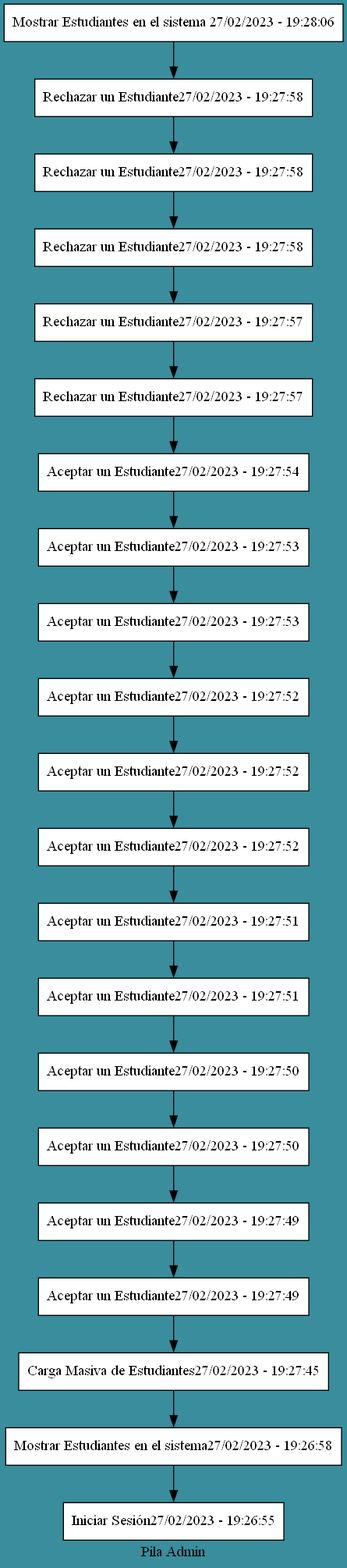
The Graphviz diagram EDD_Proyecto1_Fase1/admin.png in RamiroTelles/EDD_1S2023_PY_202010044, before a commit. Its source is kept beside it as EDD_Proyecto1_Fase1/admin.dot.
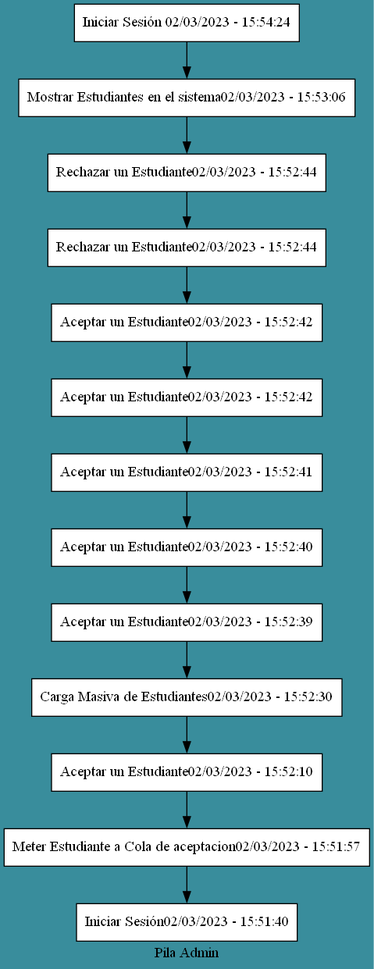
After the change.

Change to the diagram source:
```diff
@@ -2,27 +2,19 @@
  node[shape=box fillcolor="#FFFFFF" style=filled]
  label ="Pila Admin"
  bgcolor= "#398D9C"
-B0[label="Mostrar Estudiantes en el sistema 27/02/2023 - 19:28:06", group=1];
-B1[label="Rechazar un Estudiante27/02/2023 - 19:27:58", group=1];
-B2[label="Rechazar un Estudiante27/02/2023 - 19:27:58", group=1];
-B3[label="Rechazar un Estudiante27/02/2023 - 19:27:58", group=1];
-B4[label="Rechazar un Estudiante27/02/2023 - 19:27:57", group=1];
-B5[label="Rechazar un Estudiante27/02/2023 - 19:27:57", group=1];
-B6[label="Aceptar un Estudiante27/02/2023 - 19:27:54", group=1];
-B7[label="Aceptar un Estudiante27/02/2023 - 19:27:53", group=1];
-B8[label="Aceptar un Estudiante27/02/2023 - 19:27:53", group=1];
-B9[label="Aceptar un Estudiante27/02/2023 - 19:27:52", group=1];
-B10[label="Aceptar un Estudiante27/02/2023 - 19:27:52", group=1];
-B11[label="Aceptar un Estudiante27/02/2023 - 19:27:52", group=1];
-B12[label="Aceptar un Estudiante27/02/2023 - 19:27:51", group=1];
-B13[label="Aceptar un Estudiante27/02/2023 - 19:27:51", group=1];
-B14[label="Aceptar un Estudiante27/02/2023 - 19:27:50", group=1];
-B15[label="Aceptar un Estudiante27/02/2023 - 19:27:50", group=1];
-B16[label="Aceptar un Estudiante27/02/2023 - 19:27:49", group=1];
-B17[label="Aceptar un Estudiante27/02/2023 - 19:27:49", group=1];
-B18[label="Carga Masiva de Estudiantes27/02/2023 - 19:27:45", group=1];
-B19[label="Mostrar Estudiantes en el sistema27/02/2023 - 19:26:58", group=1];
-B20[label="Iniciar Sesión27/02/2023 - 19:26:55", group=1];
+B0[label="Iniciar Sesión 02/03/2023 - 15:54:24", group=1];
+B1[label="Mostrar Estudiantes en el sistema02/03/2023 - 15:53:06", group=1];
+B2[label="Rechazar un Estudiante02/03/2023 - 15:52:44", group=1];
+B3[label="Rechazar un Estudiante02/03/2023 - 15:52:44", group=1];
+B4[label="Aceptar un Estudiante02/03/2023 - 15:52:42", group=1];
+B5[label="Aceptar un Estudiante02/03/2023 - 15:52:42", group=1];
+B6[label="Aceptar un Estudiante02/03/2023 - 15:52:41", group=1];
+B7[label="Aceptar un Estudiante02/03/2023 - 15:52:40", group=1];
+B8[label="Aceptar un Estudiante02/03/2023 - 15:52:39", group=1];
+B9[label="Carga Masiva de Estudiantes02/03/2023 - 15:52:30", group=1];
+B10[label="Aceptar un Estudiante02/03/2023 - 15:52:10", group=1];
+B11[label="Meter Estudiante a Cola de aceptacion02/03/2023 - 15:51:57", group=1];
+B12[label="Iniciar Sesión02/03/2023 - 15:51:40", group=1];
 
 B0-> B1
 B1-> B2
@@ -36,12 +28,4 @@
 B9-> B10
 B10-> B11
 B11-> B12
-B12-> B13
-B13-> B14
-B14-> B15
-B15-> B16
-B16-> B17
-B17-> B18
-B18-> B19
-B19-> B20
 }
```
